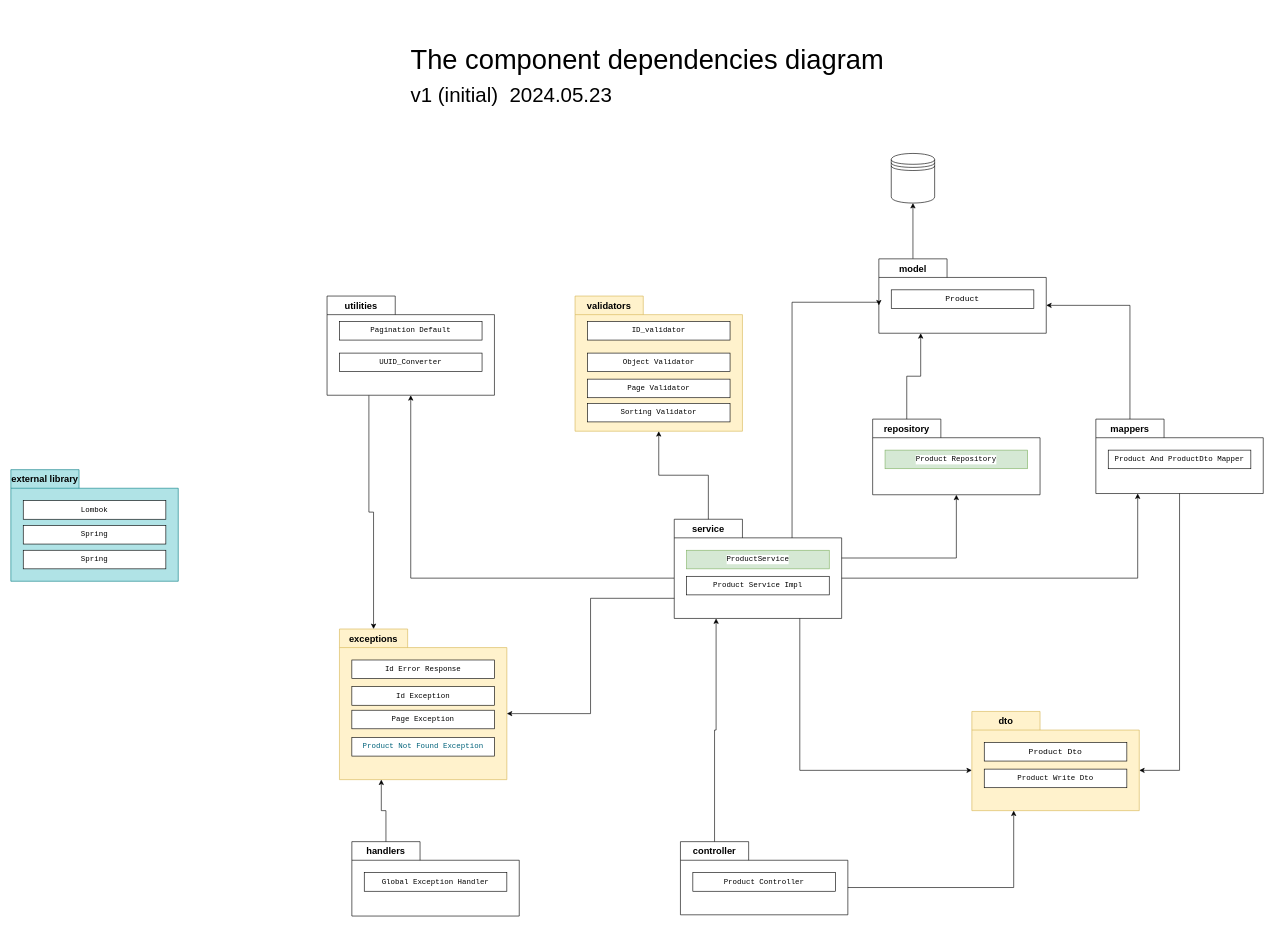
Earlier version of the draw.io diagram src/main/resources/static/component_dependencies_diagram.drawio (PawelBugiel/1pro_food_to_eat). Source tidied: cells renumbered, new cells numbered last; positions are measured from the earlier drawing's top-left corner, leaving out a move shared by most shapes. Both pictures are drawn from the tidied source at 62%, with x=0, y=0 at pixel (11, 11).
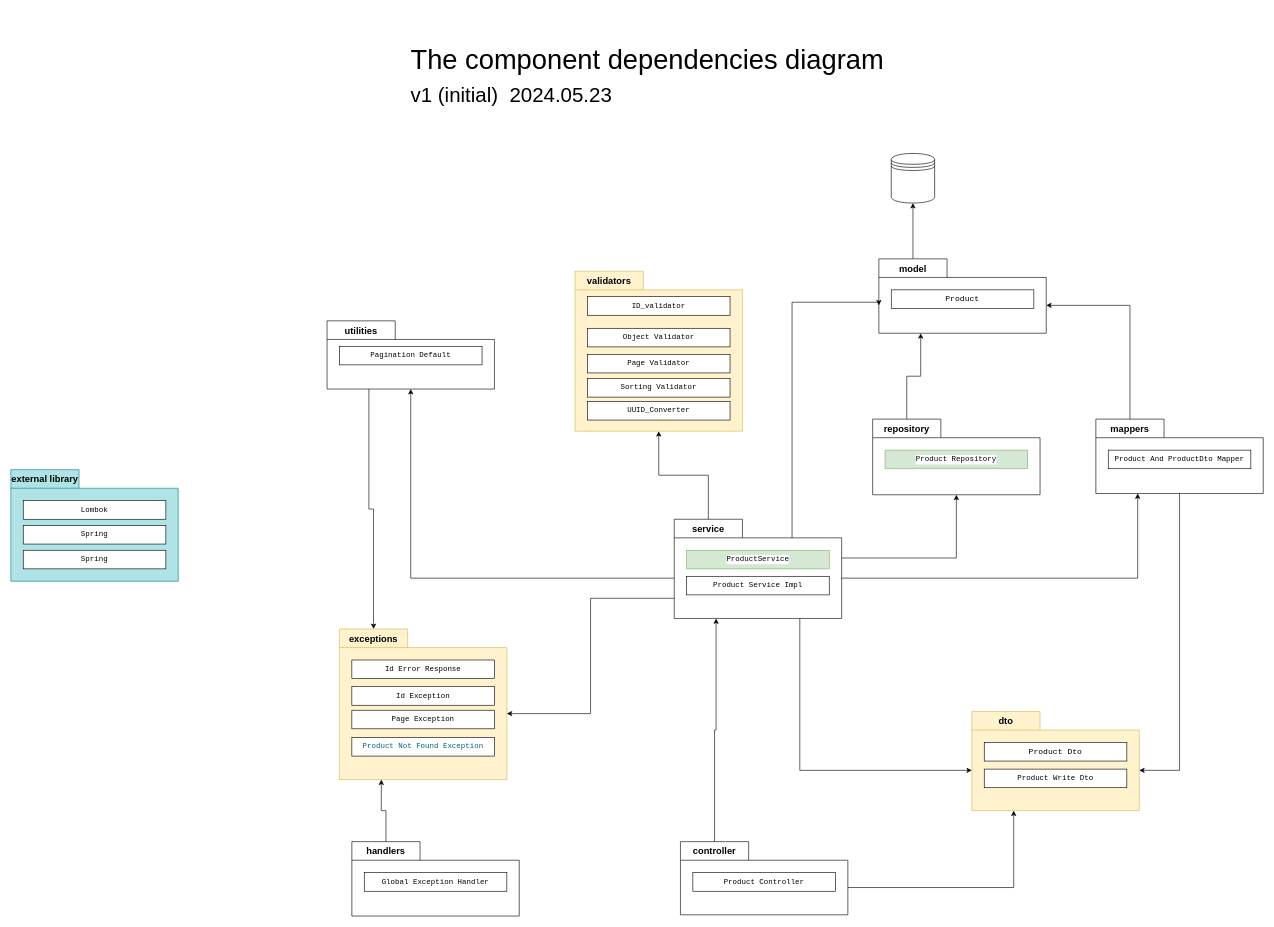
The same page after the edit.

Commit message (it also covers changes not shown here):
Rename UUID_Converter.java to UUID_Validator.java Move it from Utilities package to Validators Update its code.

Change to the diagram source:
```diff
@@
     <mxCell id="26" value="&lt;font style=&quot;font-size: 15px;&quot;&gt;utilities&lt;/font&gt;" style="shape=folder;fontStyle=1;tabWidth=110;tabHeight=30;tabPosition=left;html=1;boundedLbl=1;labelInHeader=1;whiteSpace=wrap;" parent="1" vertex="1">
-      <mxGeometry x="510" y="460" width="270" height="160" as="geometry" />
+      <mxGeometry x="510" y="500" width="270" height="110" as="geometry" />
     </mxCell>
-    <mxCell id="27" value="&lt;div style=&quot;background-color:#ffffff;color:#080808&quot;&gt;&lt;pre style=&quot;font-family:'JetBrains Mono',monospace;font-size:9.8pt;&quot;&gt;&lt;pre style=&quot;font-family:'JetBrains Mono',monospace;font-size:9.0pt;&quot;&gt;&lt;pre style=&quot;font-family:'JetBrains Mono',monospace;font-size:9.0pt;&quot;&gt;&lt;div&gt;&lt;pre style=&quot;font-family:'JetBrains Mono',monospace;font-size:9.0pt;&quot;&gt;&lt;span style=&quot;color:#000000;&quot;&gt;UUID_Converter&lt;/span&gt;&lt;/pre&gt;&lt;/div&gt;&lt;/pre&gt;&lt;/pre&gt;&lt;/pre&gt;&lt;/div&gt;" style="html=1;whiteSpace=wrap;" parent="26" vertex="1">
-      <mxGeometry width="230" height="30" relative="1" as="geometry">
-        <mxPoint x="20" y="92" as="offset" />
-      </mxGeometry>
-    </mxCell>
@@
     <mxCell id="29" value="&lt;font style=&quot;font-size: 15px;&quot;&gt;validators&lt;/font&gt;" style="shape=folder;fontStyle=1;tabWidth=110;tabHeight=30;tabPosition=left;html=1;boundedLbl=1;labelInHeader=1;whiteSpace=wrap;fillColor=#fff2cc;strokeColor=#d6b656;" parent="1" vertex="1">
-      <mxGeometry x="910" y="460" width="270" height="218" as="geometry" />
+      <mxGeometry x="910" y="420" width="270" height="258" as="geometry" />
     </mxCell>
@@
+    <mxCell id="27" value="&lt;div style=&quot;background-color:#ffffff;color:#080808&quot;&gt;&lt;pre style=&quot;font-family:'JetBrains Mono',monospace;font-size:9.8pt;&quot;&gt;&lt;pre style=&quot;font-family:'JetBrains Mono',monospace;font-size:9.0pt;&quot;&gt;&lt;pre style=&quot;font-family:'JetBrains Mono',monospace;font-size:9.0pt;&quot;&gt;&lt;div&gt;&lt;pre style=&quot;font-family:'JetBrains Mono',monospace;font-size:9.0pt;&quot;&gt;&lt;span style=&quot;color:#000000;&quot;&gt;UUID_Converter&lt;/span&gt;&lt;/pre&gt;&lt;/div&gt;&lt;/pre&gt;&lt;/pre&gt;&lt;/pre&gt;&lt;/div&gt;" style="html=1;whiteSpace=wrap;" parent="29" vertex="1">
+      <mxGeometry width="230" height="30" relative="1" as="geometry">
+        <mxPoint x="20" y="210" as="offset" />
+      </mxGeometry>
+    </mxCell>
```
